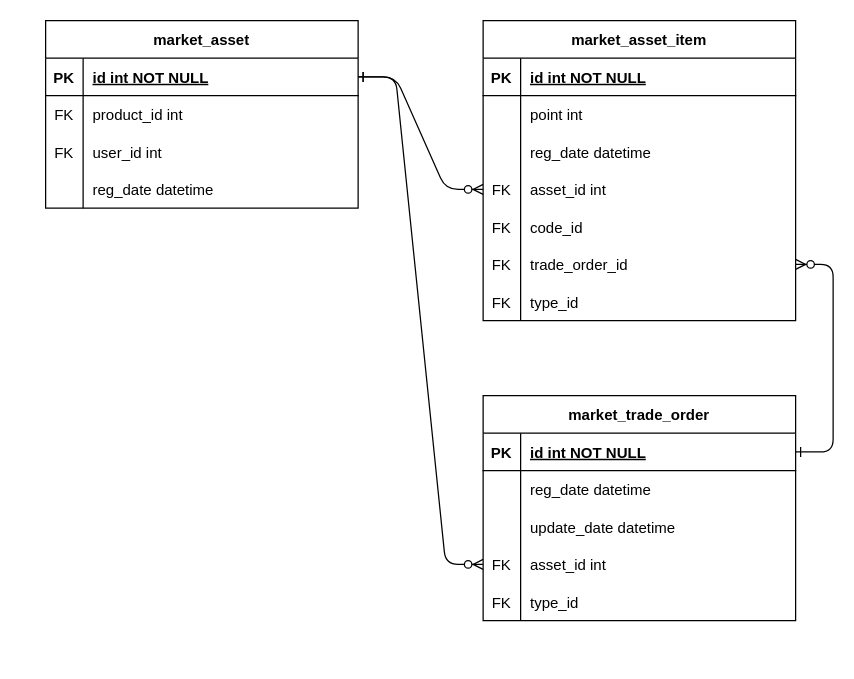
This is Entity.drawio from kimdongjang/simulate_invest, a draw.io file, before an edit. Source tidied: cells renumbered, new cells numbered last; positions are measured from the earlier drawing's top-left corner, leaving out a move shared by most shapes. Both pictures are drawn from the tidied source at 125%, with x=0, y=0 at pixel (45, 20).
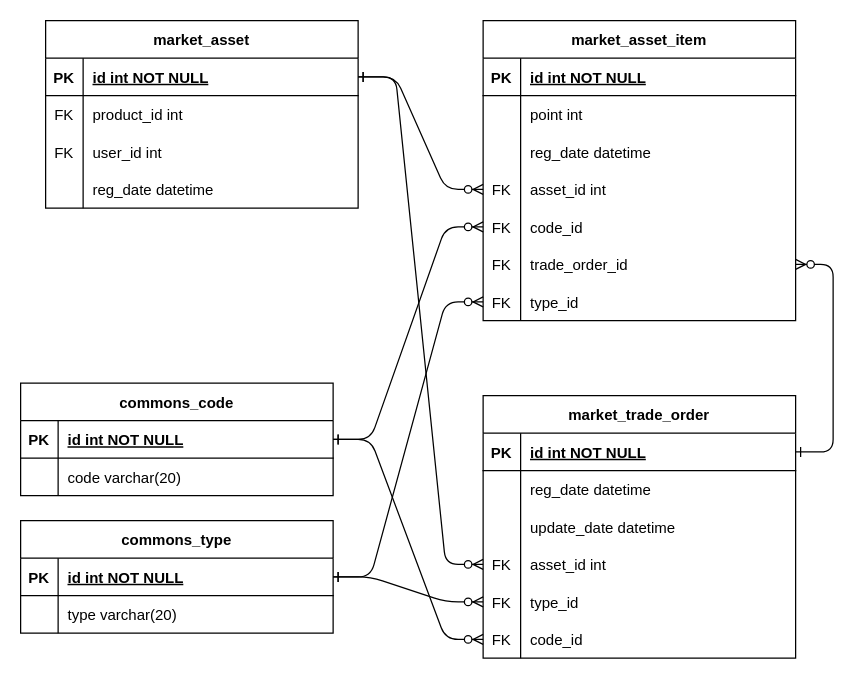
The same page after the edit.

The change refers to these unchanged cells:
```xml
<mxCell id="29" style="shape=partialRectangle;fillColor=none;points=[[0,0.5],[1,0.5]];portConstraint=eastwest;top=0;left=0;right=0;bottom=0;" parent="16" vertex="1">
  <mxGeometry y="150" width="250" height="30" as="geometry" />
</mxCell>
<mxCell id="35" style="shape=partialRectangle;fillColor=none;points=[[0,0.5],[1,0.5]];portConstraint=eastwest;top=0;left=0;right=0;bottom=0;" parent="16" vertex="1">
  <mxGeometry y="210" width="250" height="30" as="geometry" />
</mxCell>
<mxCell id="51" style="shape=partialRectangle;fillColor=none;points=[[0,0.5],[1,0.5]];portConstraint=eastwest;top=0;left=0;right=0;bottom=0;" parent="38" vertex="1">
  <mxGeometry y="150" width="250" height="30" as="geometry" />
</mxCell>
```

Change to the diagram source:
```diff
@@
     <mxCell id="38" value="market_trade_order" style="shape=table;startSize=30;childLayout=tableLayout;rowLines=0;fontStyle=1;align=center;" parent="1" vertex="1">
-      <mxGeometry x="350" y="300" width="250" height="180" as="geometry" />
+      <mxGeometry x="350" y="300" width="250" height="210" as="geometry" />
     </mxCell>
@@
+    <mxCell id="56" style="shape=partialRectangle;fillColor=none;points=[[0,0.5],[1,0.5]];portConstraint=eastwest;top=0;left=0;right=0;bottom=0;" parent="38" vertex="1">
+      <mxGeometry y="180" width="250" height="30" as="geometry" />
+    </mxCell>
+    <mxCell id="57" value="FK" style="shape=partialRectangle;overflow=hidden;fillColor=none;top=0;left=0;bottom=0;right=0;" parent="56" vertex="1">
+      <mxGeometry width="30" height="30" as="geometry" />
+    </mxCell>
+    <mxCell id="58" value="code_id" style="shape=partialRectangle;overflow=hidden;fillColor=none;top=0;left=0;bottom=0;right=0;align=left;spacingLeft=6;" parent="56" vertex="1">
+      <mxGeometry x="30" width="220" height="30" as="geometry" />
+    </mxCell>
@@
+    <mxCell id="59" value="commons_code" style="shape=table;startSize=30;childLayout=tableLayout;rowLines=0;fontStyle=1;align=center;" parent="1" vertex="1">
+      <mxGeometry x="-20" y="290" width="250" height="90" as="geometry" />
+    </mxCell>
+    <mxCell id="60" style="shape=partialRectangle;fillColor=none;points=[[0,0.5],[1,0.5]];portConstraint=eastwest;top=0;left=0;right=0;bottom=1;" parent="59" vertex="1">
+      <mxGeometry y="30" width="250" height="30" as="geometry" />
+    </mxCell>
+    <mxCell id="61" value="PK" style="shape=partialRectangle;overflow=hidden;fillColor=none;top=0;left=0;bottom=0;right=0;fontStyle=1;" parent="60" vertex="1">
+      <mxGeometry width="30" height="30" as="geometry" />
+    </mxCell>
+    <mxCell id="62" value="id int NOT NULL " style="shape=partialRectangle;overflow=hidden;fillColor=none;top=0;left=0;bottom=0;right=0;align=left;spacingLeft=6;fontStyle=5;" parent="60" vertex="1">
+      <mxGeometry x="30" width="220" height="30" as="geometry" />
+    </mxCell>
+    <mxCell id="63" style="shape=partialRectangle;fillColor=none;top=0;left=0;right=0;bottom=0;" parent="59" vertex="1">
+      <mxGeometry y="60" width="250" height="30" as="geometry" />
+    </mxCell>
+    <mxCell id="64" style="shape=partialRectangle;overflow=hidden;fillColor=none;top=0;left=0;bottom=0;right=0;" parent="63" vertex="1">
+      <mxGeometry width="30" height="30" as="geometry" />
+    </mxCell>
+    <mxCell id="65" value="code varchar(20)" style="shape=partialRectangle;overflow=hidden;fillColor=none;top=0;left=0;bottom=0;right=0;align=left;spacingLeft=6;" parent="63" vertex="1">
+      <mxGeometry x="30" width="220" height="30" as="geometry" />
+    </mxCell>
+    <mxCell id="66" value="commons_type" style="shape=table;startSize=30;childLayout=tableLayout;rowLines=0;fontStyle=1;align=center;" parent="1" vertex="1">
+      <mxGeometry x="-20" y="400" width="250" height="90" as="geometry" />
+    </mxCell>
+    <mxCell id="67" style="shape=partialRectangle;fillColor=none;points=[[0,0.5],[1,0.5]];portConstraint=eastwest;top=0;left=0;right=0;bottom=1;" parent="66" vertex="1">
+      <mxGeometry y="30" width="250" height="30" as="geometry" />
+    </mxCell>
+    <mxCell id="68" value="PK" style="shape=partialRectangle;overflow=hidden;fillColor=none;top=0;left=0;bottom=0;right=0;fontStyle=1;" parent="67" vertex="1">
+      <mxGeometry width="30" height="30" as="geometry" />
+    </mxCell>
+    <mxCell id="69" value="id int NOT NULL " style="shape=partialRectangle;overflow=hidden;fillColor=none;top=0;left=0;bottom=0;right=0;align=left;spacingLeft=6;fontStyle=5;" parent="67" vertex="1">
+      <mxGeometry x="30" width="220" height="30" as="geometry" />
+    </mxCell>
+    <mxCell id="70" style="shape=partialRectangle;fillColor=none;top=0;left=0;right=0;bottom=0;" parent="66" vertex="1">
+      <mxGeometry y="60" width="250" height="30" as="geometry" />
+    </mxCell>
+    <mxCell id="71" style="shape=partialRectangle;overflow=hidden;fillColor=none;top=0;left=0;bottom=0;right=0;" parent="70" vertex="1">
+      <mxGeometry width="30" height="30" as="geometry" />
+    </mxCell>
+    <mxCell id="72" value="type varchar(20)" style="shape=partialRectangle;overflow=hidden;fillColor=none;top=0;left=0;bottom=0;right=0;align=left;spacingLeft=6;" parent="70" vertex="1">
+      <mxGeometry x="30" width="220" height="30" as="geometry" />
+    </mxCell>
+    <mxCell id="73" style="edgeStyle=entityRelationEdgeStyle;endArrow=ERzeroToMany;startArrow=ERone;endFill=1;startFill=0;entryX=0;entryY=0.5;entryDx=0;entryDy=0;exitX=1;exitY=0.5;exitDx=0;exitDy=0;" parent="1" edge="1" source="67" target="51">
+      <mxGeometry relative="1" as="geometry" />
+    </mxCell>
+    <mxCell id="74" style="edgeStyle=entityRelationEdgeStyle;endArrow=ERzeroToMany;startArrow=ERone;endFill=1;startFill=0;entryX=0;entryY=0.5;entryDx=0;entryDy=0;exitX=1;exitY=0.5;exitDx=0;exitDy=0;" parent="1" edge="1" source="67" target="35">
+      <mxGeometry relative="1" as="geometry" />
+    </mxCell>
+    <mxCell id="75" style="edgeStyle=entityRelationEdgeStyle;endArrow=ERzeroToMany;startArrow=ERone;endFill=1;startFill=0;entryX=0;entryY=0.5;entryDx=0;entryDy=0;exitX=1;exitY=0.5;exitDx=0;exitDy=0;" parent="1" edge="1" source="60" target="29">
+      <mxGeometry relative="1" as="geometry" />
+    </mxCell>
+    <mxCell id="76" style="edgeStyle=entityRelationEdgeStyle;endArrow=ERzeroToMany;startArrow=ERone;endFill=1;startFill=0;entryX=0;entryY=0.5;entryDx=0;entryDy=0;exitX=1;exitY=0.5;exitDx=0;exitDy=0;" parent="1" edge="1" source="60" target="56">
+      <mxGeometry relative="1" as="geometry" />
+    </mxCell>
```
